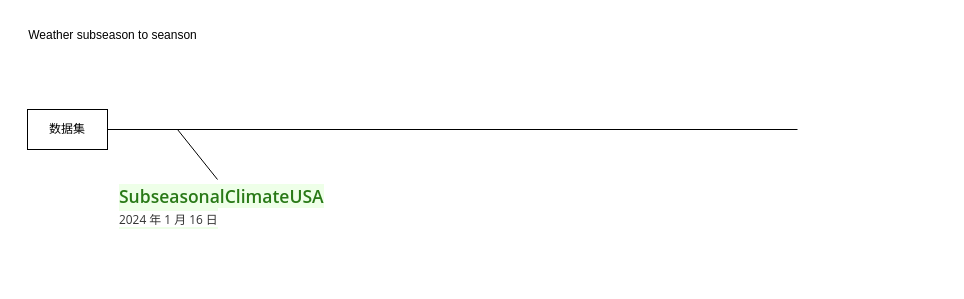
huangqiusheng/Draw keeps this draw.io diagram as 未命名绘图.drawio. Above is the earlier version. Source tidied: cells renumbered, new cells numbered last; positions are measured from the earlier drawing's top-left corner, leaving out a move shared by most shapes. Both pictures are drawn from the tidied source at 100%, with x=0, y=0 at pixel (17, 22).
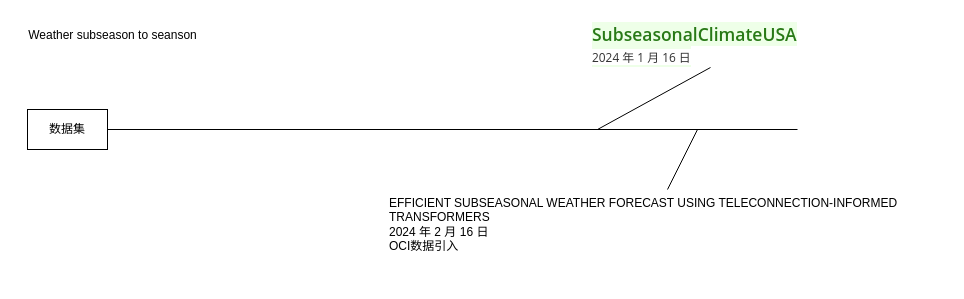
Above is the later version.

Commit message:
更新未命名绘图.drawio

Diff of the diagram source:
```diff
@@
 <mxGraphModel>
   <root>
     <mxCell id="0" />
     <mxCell id="1" parent="0" />
     <mxCell id="2" value="Weather subseason to seanson&lt;div&gt;&lt;br&gt;&lt;/div&gt;" style="text;html=1;align=center;verticalAlign=middle;strokeColor=none;fillColor=none;" parent="1" vertex="1">
       <mxGeometry width="190" height="40" as="geometry" />
     </mxCell>
     <mxCell id="3" value="数据集" style="whiteSpace=wrap;html=1;" parent="1" vertex="1">
       <mxGeometry x="10" y="87" width="80" height="40" as="geometry" />
     </mxCell>
     <mxCell id="4" style="endArrow=none;html=1;rounded=0;exitX=1;exitY=0.5;exitDx=0;exitDy=0;" parent="1" edge="1" source="3">
       <mxGeometry relative="1" as="geometry">
         <mxPoint x="780" y="107" as="targetPoint" />
       </mxGeometry>
     </mxCell>
-    <mxCell id="5" style="endArrow=none;html=1;rounded=0;" parent="1" edge="1">
+    <mxCell id="5" style="endArrow=none;html=1;rounded=0;exitX=0.5;exitY=1;exitDx=0;exitDy=0;" parent="1" edge="1" source="6">
       <mxGeometry relative="1" as="geometry">
-        <mxPoint x="200" y="157" as="sourcePoint" />
-        <mxPoint x="160" y="107" as="targetPoint" />
+        <mxPoint x="580" y="107" as="targetPoint" />
       </mxGeometry>
     </mxCell>
     <mxCell id="6" value="&lt;span style=&quot;color: rgb(40, 121, 22); font-family: &amp;quot;Open Sans&amp;quot;, &amp;quot;Lucida Grande&amp;quot;, &amp;quot;Helvetica Neue&amp;quot;, Helvetica, Arial, sans-serif; font-size: 17.5px; font-style: normal; font-variant-ligatures: normal; font-variant-caps: normal; font-weight: 600; letter-spacing: normal; orphans: 2; text-align: left; text-indent: 0px; text-transform: none; widows: 2; word-spacing: 0px; -webkit-text-stroke-width: 0px; white-space: normal; background-color: rgb(238, 255, 232); text-decoration-thickness: initial; text-decoration-style: initial; text-decoration-color: initial; display: inline !important; float: none;&quot;&gt;SubseasonalClimateUSA&lt;/span&gt;&lt;div&gt;&lt;span style=&quot;color: rgb(40, 121, 22); font-family: &amp;quot;Open Sans&amp;quot;, &amp;quot;Lucida Grande&amp;quot;, &amp;quot;Helvetica Neue&amp;quot;, Helvetica, Arial, sans-serif; font-size: 17.5px; font-style: normal; font-variant-ligatures: normal; font-variant-caps: normal; font-weight: 600; letter-spacing: normal; orphans: 2; text-align: left; text-indent: 0px; text-transform: none; widows: 2; word-spacing: 0px; -webkit-text-stroke-width: 0px; white-space: normal; background-color: rgb(238, 255, 232); text-decoration-thickness: initial; text-decoration-style: initial; text-decoration-color: initial; display: inline !important; float: none;&quot;&gt;&lt;span style=&quot;color: rgb(51, 51, 51); font-size: 11.9px; font-weight: 400; background-color: rgb(255, 255, 255);&quot;&gt;2024 年 1 月 16 日&lt;/span&gt;&lt;br&gt;&lt;/span&gt;&lt;/div&gt;" style="text;whiteSpace=wrap;html=1;" parent="1" vertex="1">
-      <mxGeometry x="100" y="157" width="240" height="50" as="geometry" />
+      <mxGeometry x="573" y="-5" width="240" height="50" as="geometry" />
     </mxCell>
+    <mxCell id="7" value="EFFICIENT SUBSEASONAL WEATHER FORECAST USING TELECONNECTION-INFORMED TRANSFORMERS&#10;2024 年 2 月 16 日&#10;OCI数据引入&#10;&#10;" style="text;whiteSpace=wrap;" parent="1" vertex="1">
+      <mxGeometry x="370" y="167" width="560" height="70" as="geometry" />
+    </mxCell>
+    <mxCell id="8" style="endArrow=none;html=1;rounded=0;exitX=0.5;exitY=0;exitDx=0;exitDy=0;" parent="1" edge="1" source="7">
+      <mxGeometry relative="1" as="geometry">
+        <mxPoint x="680" y="107" as="targetPoint" />
+      </mxGeometry>
+    </mxCell>
   </root>
 </mxGraphModel>
```
